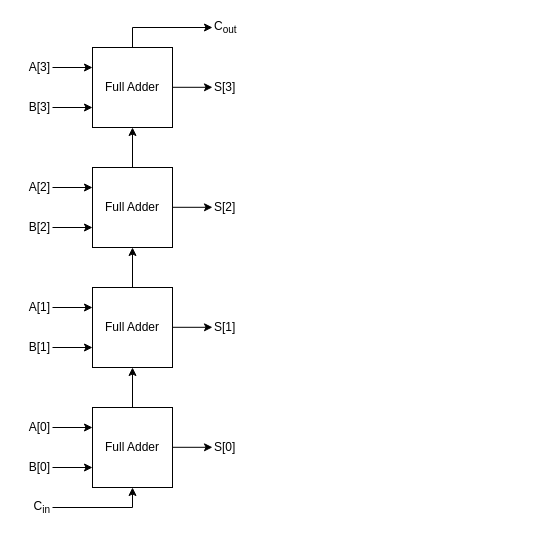
ParkDongho/ParkDongho.github.io keeps this draw.io diagram as page "figure_17" (17 of 17) of assets/images/2021-12-21-verilogHDL_chapter3_combinational_logic/시스템_반도체_설계_3장.drawio. Above is the earlier version. Source tidied: cells renumbered, new cells numbered last; positions are measured from the earlier drawing's top-left corner, leaving out a move shared by most shapes. Both pictures are drawn from the tidied source at 100%, with x=0, y=0 at pixel (22, 17).
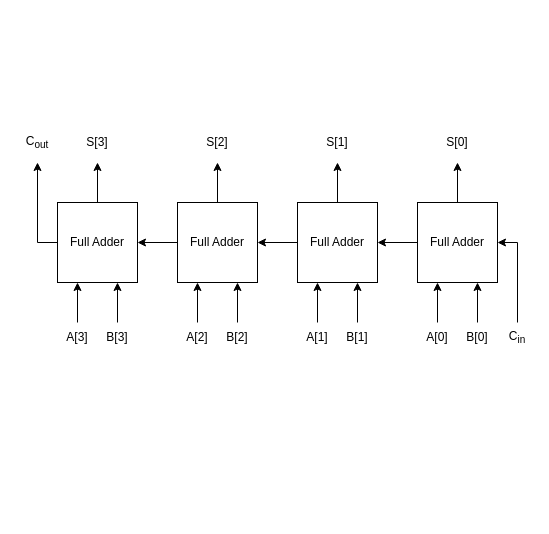
After the change.

What changed in the source:
```diff
@@
-    <mxCell id="2" style="edgeStyle=orthogonalEdgeStyle;rounded=0;jettySize=auto;html=1;exitX=0.5;exitY=0;exitDx=0;exitDy=0;fontSize=12;entryX=0.5;entryY=1;entryDx=0;entryDy=0;" parent="1" edge="1" source="3" target="13">
-      <mxGeometry relative="1" as="geometry" />
-    </mxCell>
-    <mxCell id="3" value="Full Adder" style="rounded=0;whiteSpace=wrap;html=1;fontSize=12;fillColor=none;" parent="1" vertex="1">
-      <mxGeometry x="70" y="390" width="80" height="80" as="geometry" />
+    <mxCell id="3" style="rounded=0;whiteSpace=wrap;html=1;fontSize=12;fillColor=none;rotation=-90;" parent="1" vertex="1">
+      <mxGeometry x="395" y="185" width="80" height="80" as="geometry" />
     </mxCell>
     <mxCell id="4" style="endArrow=classic;html=1;rounded=0;fontSize=12;" parent="1" edge="1">
       <mxGeometry relative="1" as="geometry">
-        <mxPoint x="30" y="410" as="sourcePoint" />
-        <mxPoint x="70" y="410" as="targetPoint" />
+        <mxPoint x="415" y="305" as="sourcePoint" />
+        <mxPoint x="415" y="265" as="targetPoint" />
       </mxGeometry>
     </mxCell>
     <mxCell id="5" style="endArrow=classic;html=1;rounded=0;fontSize=12;" parent="1" edge="1">
       <mxGeometry relative="1" as="geometry">
-        <mxPoint x="30" y="450" as="sourcePoint" />
-        <mxPoint x="70" y="450" as="targetPoint" />
+        <mxPoint x="455" y="305" as="sourcePoint" />
+        <mxPoint x="455" y="265" as="targetPoint" />
       </mxGeometry>
     </mxCell>
     <mxCell id="6" style="endArrow=classic;html=1;rounded=0;fontSize=12;entryX=0.5;entryY=1;entryDx=0;entryDy=0;" parent="1" edge="1" target="3">
       <mxGeometry relative="1" as="geometry">
-        <mxPoint x="30" y="490" as="sourcePoint" />
+        <mxPoint x="495" y="305" as="sourcePoint" />
         <Array as="points">
-          <mxPoint x="110" y="490" />
+          <mxPoint x="495" y="225" />
         </Array>
       </mxGeometry>
     </mxCell>
     <mxCell id="7" style="endArrow=classic;html=1;rounded=0;fontSize=12;" parent="1" edge="1">
       <mxGeometry relative="1" as="geometry">
-        <mxPoint x="150" y="429.8" as="sourcePoint" />
-        <mxPoint x="190" y="429.8" as="targetPoint" />
+        <mxPoint x="435" y="185" as="sourcePoint" />
+        <mxPoint x="435" y="145" as="targetPoint" />
       </mxGeometry>
     </mxCell>
-    <mxCell id="8" value="A[0]" style="text;html=1;strokeColor=none;fillColor=none;align=right;verticalAlign=middle;whiteSpace=wrap;rounded=0;fontSize=12;" parent="1" vertex="1">
-      <mxGeometry y="400" width="30" height="20" as="geometry" />
+    <mxCell id="8" value="A[0]" style="text;html=1;strokeColor=none;fillColor=none;align=center;verticalAlign=middle;whiteSpace=wrap;rounded=0;fontSize=12;rotation=0;direction=west;" parent="1" vertex="1">
+      <mxGeometry x="400" y="310" width="30" height="20" as="geometry" />
     </mxCell>
-    <mxCell id="9" value="B[0]" style="text;html=1;strokeColor=none;fillColor=none;align=right;verticalAlign=middle;whiteSpace=wrap;rounded=0;fontSize=12;" parent="1" vertex="1">
-      <mxGeometry y="440" width="30" height="20" as="geometry" />
+    <mxCell id="9" value="B[0]" style="text;html=1;strokeColor=none;fillColor=none;align=center;verticalAlign=middle;whiteSpace=wrap;rounded=0;fontSize=12;rotation=0;direction=west;" parent="1" vertex="1">
+      <mxGeometry x="440" y="310" width="30" height="20" as="geometry" />
     </mxCell>
-    <mxCell id="10" value="S[0]" style="text;html=1;strokeColor=none;fillColor=none;align=left;verticalAlign=middle;whiteSpace=wrap;rounded=0;fontSize=12;" parent="1" vertex="1">
-      <mxGeometry x="190" y="420" width="40" height="20" as="geometry" />
+    <mxCell id="10" value="S[0]" style="text;html=1;strokeColor=none;fillColor=none;align=center;verticalAlign=middle;whiteSpace=wrap;rounded=0;fontSize=12;rotation=0;direction=west;" parent="1" vertex="1">
+      <mxGeometry x="415" y="115" width="40" height="20" as="geometry" />
     </mxCell>
-    <mxCell id="11" value="C&lt;sub&gt;in&lt;/sub&gt;" style="text;html=1;strokeColor=none;fillColor=none;align=right;verticalAlign=middle;whiteSpace=wrap;rounded=0;fontSize=12;" parent="1" vertex="1">
-      <mxGeometry y="480" width="30" height="20" as="geometry" />
+    <mxCell id="11" value="C&lt;sub&gt;in&lt;/sub&gt;" style="text;html=1;strokeColor=none;fillColor=none;align=center;verticalAlign=middle;whiteSpace=wrap;rounded=0;fontSize=12;rotation=0;direction=west;" parent="1" vertex="1">
+      <mxGeometry x="480" y="310" width="30" height="20" as="geometry" />
     </mxCell>
-    <mxCell id="12" style="edgeStyle=orthogonalEdgeStyle;rounded=0;jettySize=auto;html=1;exitX=0.5;exitY=0;exitDx=0;exitDy=0;fontSize=12;entryX=0.5;entryY=1;entryDx=0;entryDy=0;" parent="1" edge="1" source="13" target="21">
-      <mxGeometry relative="1" as="geometry" />
-    </mxCell>
-    <mxCell id="13" value="Full Adder" style="rounded=0;whiteSpace=wrap;html=1;fontSize=12;fillColor=none;" parent="1" vertex="1">
-      <mxGeometry x="70" y="270" width="80" height="80" as="geometry" />
+    <mxCell id="13" style="rounded=0;whiteSpace=wrap;html=1;fontSize=12;fillColor=none;rotation=-90;" parent="1" vertex="1">
+      <mxGeometry x="275" y="185" width="80" height="80" as="geometry" />
     </mxCell>
+    <mxCell id="2" style="edgeStyle=orthogonalEdgeStyle;rounded=0;jettySize=auto;html=1;exitX=0.5;exitY=0;exitDx=0;exitDy=0;fontSize=12;entryX=0.5;entryY=1;entryDx=0;entryDy=0;" parent="1" edge="1" source="3" target="13">
+      <mxGeometry relative="1" as="geometry" />
+    </mxCell>
     <mxCell id="14" style="endArrow=classic;html=1;rounded=0;fontSize=12;" parent="1" edge="1">
       <mxGeometry relative="1" as="geometry">
-        <mxPoint x="30" y="290" as="sourcePoint" />
-        <mxPoint x="70" y="290" as="targetPoint" />
+        <mxPoint x="295" y="305" as="sourcePoint" />
+        <mxPoint x="295" y="265" as="targetPoint" />
       </mxGeometry>
     </mxCell>
     <mxCell id="15" style="endArrow=classic;html=1;rounded=0;fontSize=12;" parent="1" edge="1">
       <mxGeometry relative="1" as="geometry">
-        <mxPoint x="30" y="330" as="sourcePoint" />
-        <mxPoint x="70" y="330" as="targetPoint" />
+        <mxPoint x="335" y="305" as="sourcePoint" />
+        <mxPoint x="335" y="265" as="targetPoint" />
       </mxGeometry>
     </mxCell>
     <mxCell id="16" style="endArrow=classic;html=1;rounded=0;fontSize=12;" parent="1" edge="1">
       <mxGeometry relative="1" as="geometry">
-        <mxPoint x="150" y="309.8" as="sourcePoint" />
-        <mxPoint x="190" y="309.8" as="targetPoint" />
+        <mxPoint x="315" y="185" as="sourcePoint" />
+        <mxPoint x="315" y="145" as="targetPoint" />
       </mxGeometry>
     </mxCell>
-    <mxCell id="17" value="A[1]" style="text;html=1;strokeColor=none;fillColor=none;align=right;verticalAlign=middle;whiteSpace=wrap;rounded=0;fontSize=12;" parent="1" vertex="1">
-      <mxGeometry y="280" width="30" height="20" as="geometry" />
+    <mxCell id="17" value="A[1]" style="text;html=1;strokeColor=none;fillColor=none;align=center;verticalAlign=middle;whiteSpace=wrap;rounded=0;fontSize=12;rotation=0;direction=west;" parent="1" vertex="1">
+      <mxGeometry x="280" y="310" width="30" height="20" as="geometry" />
     </mxCell>
-    <mxCell id="18" value="B[1]" style="text;html=1;strokeColor=none;fillColor=none;align=right;verticalAlign=middle;whiteSpace=wrap;rounded=0;fontSize=12;" parent="1" vertex="1">
-      <mxGeometry y="320" width="30" height="20" as="geometry" />
+    <mxCell id="18" value="B[1]" style="text;html=1;strokeColor=none;fillColor=none;align=center;verticalAlign=middle;whiteSpace=wrap;rounded=0;fontSize=12;rotation=0;direction=west;" parent="1" vertex="1">
+      <mxGeometry x="320" y="310" width="30" height="20" as="geometry" />
     </mxCell>
-    <mxCell id="19" value="S[1]" style="text;html=1;strokeColor=none;fillColor=none;align=left;verticalAlign=middle;whiteSpace=wrap;rounded=0;fontSize=12;" parent="1" vertex="1">
-      <mxGeometry x="190" y="300" width="40" height="20" as="geometry" />
+    <mxCell id="19" value="S[1]" style="text;html=1;strokeColor=none;fillColor=none;align=center;verticalAlign=middle;whiteSpace=wrap;rounded=0;fontSize=12;rotation=0;direction=west;" parent="1" vertex="1">
+      <mxGeometry x="295" y="115" width="40" height="20" as="geometry" />
     </mxCell>
-    <mxCell id="20" style="edgeStyle=orthogonalEdgeStyle;rounded=0;jettySize=auto;html=1;exitX=0.5;exitY=0;exitDx=0;exitDy=0;fontSize=12;entryX=0.5;entryY=1;entryDx=0;entryDy=0;" parent="1" edge="1" source="21" target="29">
-      <mxGeometry relative="1" as="geometry" />
-    </mxCell>
-    <mxCell id="21" value="Full Adder" style="rounded=0;whiteSpace=wrap;html=1;fontSize=12;fillColor=none;" parent="1" vertex="1">
-      <mxGeometry x="70" y="150" width="80" height="80" as="geometry" />
+    <mxCell id="21" style="rounded=0;whiteSpace=wrap;html=1;fontSize=12;fillColor=none;rotation=-90;horizontal=1;" parent="1" vertex="1">
+      <mxGeometry x="155" y="185" width="80" height="80" as="geometry" />
     </mxCell>
+    <mxCell id="12" style="edgeStyle=orthogonalEdgeStyle;rounded=0;jettySize=auto;html=1;exitX=0.5;exitY=0;exitDx=0;exitDy=0;fontSize=12;entryX=0.5;entryY=1;entryDx=0;entryDy=0;" parent="1" edge="1" source="13" target="21">
+      <mxGeometry relative="1" as="geometry" />
+    </mxCell>
     <mxCell id="22" style="endArrow=classic;html=1;rounded=0;fontSize=12;" parent="1" edge="1">
       <mxGeometry relative="1" as="geometry">
-        <mxPoint x="30" y="170" as="sourcePoint" />
-        <mxPoint x="70" y="170" as="targetPoint" />
+        <mxPoint x="175" y="305" as="sourcePoint" />
+        <mxPoint x="175" y="265" as="targetPoint" />
       </mxGeometry>
     </mxCell>
     <mxCell id="23" style="endArrow=classic;html=1;rounded=0;fontSize=12;" parent="1" edge="1">
       <mxGeometry relative="1" as="geometry">
-        <mxPoint x="30" y="210" as="sourcePoint" />
-        <mxPoint x="70" y="210" as="targetPoint" />
+        <mxPoint x="215" y="305" as="sourcePoint" />
+        <mxPoint x="215" y="265" as="targetPoint" />
       </mxGeometry>
     </mxCell>
     <mxCell id="24" style="endArrow=classic;html=1;rounded=0;fontSize=12;" parent="1" edge="1">
       <mxGeometry relative="1" as="geometry">
-        <mxPoint x="150" y="189.8" as="sourcePoint" />
-        <mxPoint x="190" y="189.8" as="targetPoint" />
+        <mxPoint x="195" y="185" as="sourcePoint" />
+        <mxPoint x="195" y="145" as="targetPoint" />
       </mxGeometry>
     </mxCell>
-    <mxCell id="25" value="A[2]" style="text;html=1;strokeColor=none;fillColor=none;align=right;verticalAlign=middle;whiteSpace=wrap;rounded=0;fontSize=12;" parent="1" vertex="1">
-      <mxGeometry y="160" width="30" height="20" as="geometry" />
+    <mxCell id="25" value="A[2]" style="text;html=1;strokeColor=none;fillColor=none;align=center;verticalAlign=middle;whiteSpace=wrap;rounded=0;fontSize=12;rotation=0;direction=west;" parent="1" vertex="1">
+      <mxGeometry x="160" y="310" width="30" height="20" as="geometry" />
     </mxCell>
-    <mxCell id="26" value="B[2]" style="text;html=1;strokeColor=none;fillColor=none;align=right;verticalAlign=middle;whiteSpace=wrap;rounded=0;fontSize=12;" parent="1" vertex="1">
-      <mxGeometry y="200" width="30" height="20" as="geometry" />
+    <mxCell id="26" value="B[2]" style="text;html=1;strokeColor=none;fillColor=none;align=center;verticalAlign=middle;whiteSpace=wrap;rounded=0;fontSize=12;rotation=0;direction=west;" parent="1" vertex="1">
+      <mxGeometry x="200" y="310" width="30" height="20" as="geometry" />
     </mxCell>
-    <mxCell id="27" value="S[2]" style="text;html=1;strokeColor=none;fillColor=none;align=left;verticalAlign=middle;whiteSpace=wrap;rounded=0;fontSize=12;" parent="1" vertex="1">
-      <mxGeometry x="190" y="180" width="40" height="20" as="geometry" />
+    <mxCell id="27" value="S[2]" style="text;html=1;strokeColor=none;fillColor=none;align=center;verticalAlign=middle;whiteSpace=wrap;rounded=0;fontSize=12;rotation=0;direction=west;" parent="1" vertex="1">
+      <mxGeometry x="175" y="115" width="40" height="20" as="geometry" />
     </mxCell>
     <mxCell id="28" style="edgeStyle=orthogonalEdgeStyle;rounded=0;jettySize=auto;html=1;exitX=0.5;exitY=0;exitDx=0;exitDy=0;fontSize=12;" parent="1" edge="1" source="29">
       <mxGeometry relative="1" as="geometry">
-        <mxPoint x="190" y="10" as="targetPoint" />
+        <mxPoint x="15" y="145" as="targetPoint" />
         <Array as="points">
-          <mxPoint x="110" y="10" />
+          <mxPoint x="15" y="225" />
         </Array>
       </mxGeometry>
     </mxCell>
-    <mxCell id="29" value="Full Adder" style="rounded=0;whiteSpace=wrap;html=1;fontSize=12;fillColor=none;" parent="1" vertex="1">
-      <mxGeometry x="70" y="30" width="80" height="80" as="geometry" />
+    <mxCell id="29" style="rounded=0;whiteSpace=wrap;html=1;fontSize=12;fillColor=none;rotation=-90;" parent="1" vertex="1">
+      <mxGeometry x="35" y="185" width="80" height="80" as="geometry" />
     </mxCell>
+    <mxCell id="20" style="edgeStyle=orthogonalEdgeStyle;rounded=0;jettySize=auto;html=1;exitX=0.5;exitY=0;exitDx=0;exitDy=0;fontSize=12;entryX=0.5;entryY=1;entryDx=0;entryDy=0;" parent="1" edge="1" source="21" target="29">
+      <mxGeometry relative="1" as="geometry" />
+    </mxCell>
     <mxCell id="30" style="endArrow=classic;html=1;rounded=0;fontSize=12;" parent="1" edge="1">
       <mxGeometry relative="1" as="geometry">
-        <mxPoint x="30" y="50" as="sourcePoint" />
-        <mxPoint x="70" y="50" as="targetPoint" />
+        <mxPoint x="55" y="305" as="sourcePoint" />
+        <mxPoint x="55" y="265" as="targetPoint" />
       </mxGeometry>
     </mxCell>
     <mxCell id="31" style="endArrow=classic;html=1;rounded=0;fontSize=12;" parent="1" edge="1">
       <mxGeometry relative="1" as="geometry">
-        <mxPoint x="30" y="90" as="sourcePoint" />
-        <mxPoint x="70" y="90" as="targetPoint" />
+        <mxPoint x="95" y="305" as="sourcePoint" />
+        <mxPoint x="95" y="265" as="targetPoint" />
       </mxGeometry>
     </mxCell>
     <mxCell id="32" style="endArrow=classic;html=1;rounded=0;fontSize=12;" parent="1" edge="1">
       <mxGeometry relative="1" as="geometry">
-        <mxPoint x="150" y="69.8" as="sourcePoint" />
-        <mxPoint x="190" y="69.8" as="targetPoint" />
+        <mxPoint x="75" y="185" as="sourcePoint" />
+        <mxPoint x="75" y="145" as="targetPoint" />
       </mxGeometry>
     </mxCell>
-    <mxCell id="33" value="A[3]" style="text;html=1;strokeColor=none;fillColor=none;align=right;verticalAlign=middle;whiteSpace=wrap;rounded=0;fontSize=12;" parent="1" vertex="1">
-      <mxGeometry y="40" width="30" height="20" as="geometry" />
+    <mxCell id="33" value="A[3]" style="text;html=1;strokeColor=none;fillColor=none;align=center;verticalAlign=middle;whiteSpace=wrap;rounded=0;fontSize=12;rotation=0;direction=west;" parent="1" vertex="1">
+      <mxGeometry x="40" y="310" width="30" height="20" as="geometry" />
     </mxCell>
-    <mxCell id="34" value="B[3]" style="text;html=1;strokeColor=none;fillColor=none;align=right;verticalAlign=middle;whiteSpace=wrap;rounded=0;fontSize=12;" parent="1" vertex="1">
-      <mxGeometry y="80" width="30" height="20" as="geometry" />
+    <mxCell id="34" value="B[3]" style="text;html=1;strokeColor=none;fillColor=none;align=center;verticalAlign=middle;whiteSpace=wrap;rounded=0;fontSize=12;rotation=0;direction=west;" parent="1" vertex="1">
+      <mxGeometry x="80" y="310" width="30" height="20" as="geometry" />
     </mxCell>
-    <mxCell id="35" value="S[3]" style="text;html=1;strokeColor=none;fillColor=none;align=left;verticalAlign=middle;whiteSpace=wrap;rounded=0;fontSize=12;" parent="1" vertex="1">
-      <mxGeometry x="190" y="60" width="40" height="20" as="geometry" />
+    <mxCell id="35" value="S[3]" style="text;html=1;strokeColor=none;fillColor=none;align=center;verticalAlign=middle;whiteSpace=wrap;rounded=0;fontSize=12;rotation=0;direction=west;" parent="1" vertex="1">
+      <mxGeometry x="55" y="115" width="40" height="20" as="geometry" />
     </mxCell>
-    <mxCell id="36" value="C&lt;sub&gt;out&lt;/sub&gt;" style="text;html=1;strokeColor=none;fillColor=none;align=left;verticalAlign=middle;whiteSpace=wrap;rounded=0;fontSize=12;" parent="1" vertex="1">
-      <mxGeometry x="190" width="40" height="20" as="geometry" />
+    <mxCell id="36" value="C&lt;sub&gt;out&lt;/sub&gt;" style="text;html=1;strokeColor=none;fillColor=none;align=center;verticalAlign=middle;whiteSpace=wrap;rounded=0;fontSize=12;rotation=0;direction=west;" parent="1" vertex="1">
+      <mxGeometry x="-5" y="115" width="40" height="20" as="geometry" />
     </mxCell>
+    <mxCell id="37" value="Full Adder" style="rounded=0;whiteSpace=wrap;html=1;fontSize=12;strokeWidth=2;fillColor=none;strokeColor=none;fontStyle=0;" parent="1" vertex="1">
+      <mxGeometry x="40" y="205" width="70" height="40" as="geometry" />
+    </mxCell>
+    <mxCell id="38" value="Full Adder" style="rounded=0;whiteSpace=wrap;html=1;fontSize=12;strokeWidth=2;fillColor=none;strokeColor=none;fontStyle=0;" parent="1" vertex="1">
+      <mxGeometry x="160" y="205" width="70" height="40" as="geometry" />
+    </mxCell>
+    <mxCell id="39" value="Full Adder" style="rounded=0;whiteSpace=wrap;html=1;fontSize=12;strokeWidth=2;fillColor=none;strokeColor=none;fontStyle=0;" parent="1" vertex="1">
+      <mxGeometry x="280" y="205" width="70" height="40" as="geometry" />
+    </mxCell>
+    <mxCell id="40" value="Full Adder" style="rounded=0;whiteSpace=wrap;html=1;fontSize=12;strokeWidth=2;fillColor=none;strokeColor=none;fontStyle=0;" parent="1" vertex="1">
+      <mxGeometry x="400" y="205" width="70" height="40" as="geometry" />
+    </mxCell>
```
